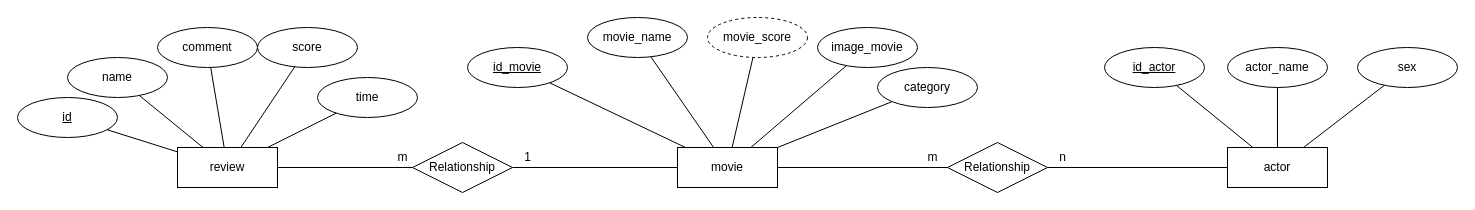
This is backend/sql/ER.drawio from Sunwatcha303/Project-OS-Container, a draw.io file, before an edit. Source tidied: cells renumbered, new cells numbered last; positions are measured from the earlier drawing's top-left corner, leaving out a move shared by most shapes. Both pictures are drawn from the tidied source at 100%, with x=0, y=0 at pixel (17, 17).
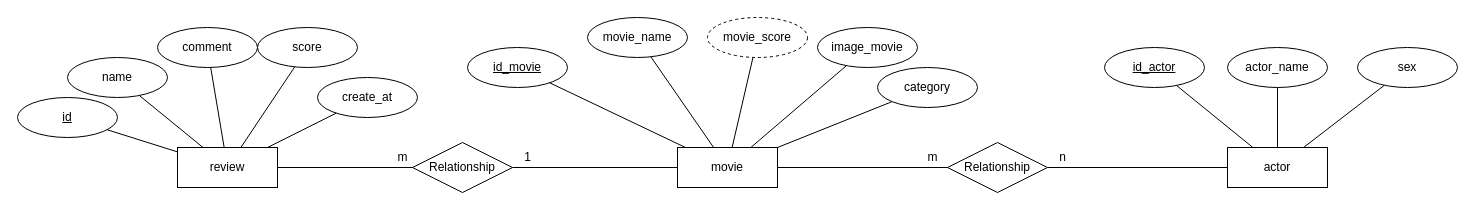
The same diagram, later.

The edit, as a diff of the source:
```diff
@@
-    <mxCell id="40" value="time" style="ellipse;whiteSpace=wrap;html=1;align=center;" parent="1" vertex="1">
+    <mxCell id="40" value="create_at" style="ellipse;whiteSpace=wrap;html=1;align=center;" parent="1" vertex="1">
       <mxGeometry x="300" y="60" width="100" height="40" as="geometry" />
     </mxCell>
```
